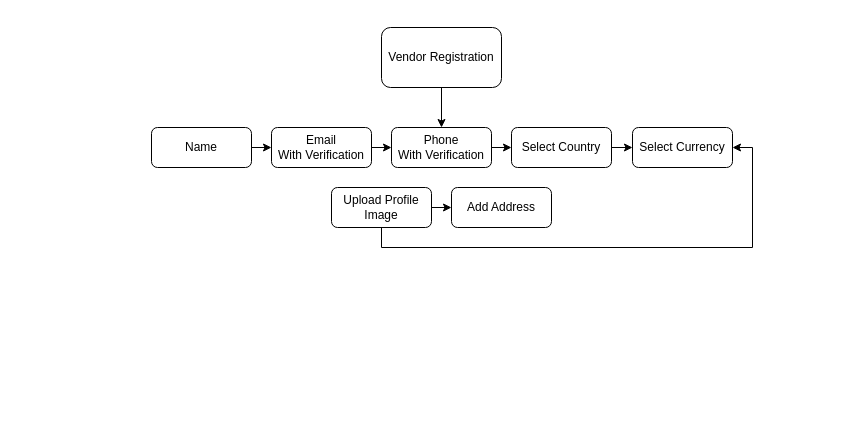
Before: Untitled Diagram.drawio in mohitsth4/test, a draw.io diagram. Source tidied: cells renumbered, new cells numbered last; positions are measured from the earlier drawing's top-left corner, leaving out a move shared by most shapes. Both pictures are drawn from the tidied source at 100%, with x=0, y=0 at pixel (151, 27).
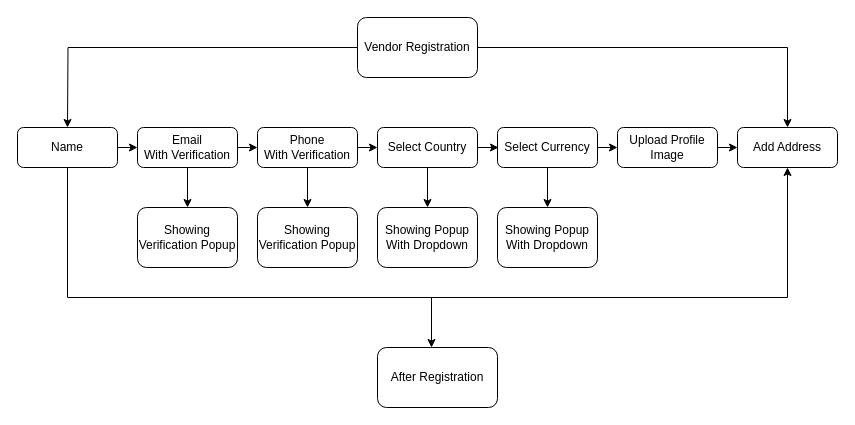
The same page after the edit.

Diff of the diagram source:
```diff
@@
-    <mxCell id="2" style="edgeStyle=orthogonalEdgeStyle;rounded=0;jettySize=auto;html=1;exitX=0.5;exitY=1;exitDx=0;exitDy=0;entryX=0.5;entryY=0;entryDx=0;entryDy=0;" parent="1" edge="1" source="3" target="9">
-      <mxGeometry relative="1" as="geometry" />
-    </mxCell>
+    <mxCell id="17" style="edgeStyle=orthogonalEdgeStyle;rounded=0;jettySize=auto;html=1;entryX=0.5;entryY=0;entryDx=0;entryDy=0;" parent="1" edge="1" source="3" target="16">
+      <mxGeometry relative="1" as="geometry" />
+    </mxCell>
+    <mxCell id="18" style="edgeStyle=orthogonalEdgeStyle;rounded=0;jettySize=auto;html=1;exitX=0;exitY=0.5;exitDx=0;exitDy=0;" parent="1" edge="1" source="3">
+      <mxGeometry relative="1" as="geometry">
+        <mxPoint x="-84" y="100" as="targetPoint" />
+      </mxGeometry>
+    </mxCell>
     <mxCell id="3" value="Vendor Registration" style="rounded=1;whiteSpace=wrap;html=1;" parent="1" vertex="1">
-      <mxGeometry x="230" width="120" height="60" as="geometry" />
+      <mxGeometry x="206" y="-10" width="120" height="60" as="geometry" />
     </mxCell>
@@
+    <mxCell id="19" style="edgeStyle=orthogonalEdgeStyle;rounded=0;jettySize=auto;html=1;exitX=0.5;exitY=1;exitDx=0;exitDy=0;entryX=0.5;entryY=1;entryDx=0;entryDy=0;" parent="1" edge="1" source="5" target="16">
+      <mxGeometry relative="1" as="geometry">
+        <Array as="points">
+          <mxPoint x="-84" y="270" />
+          <mxPoint x="636" y="270" />
+        </Array>
+      </mxGeometry>
+    </mxCell>
     <mxCell id="5" value="Name" style="rounded=1;whiteSpace=wrap;html=1;" parent="1" vertex="1">
-      <mxGeometry y="100" width="100" height="40" as="geometry" />
+      <mxGeometry x="-134" y="100" width="100" height="40" as="geometry" />
     </mxCell>
@@
+    <mxCell id="20" style="edgeStyle=orthogonalEdgeStyle;rounded=0;jettySize=auto;html=1;exitX=0.5;exitY=1;exitDx=0;exitDy=0;entryX=0.5;entryY=0;entryDx=0;entryDy=0;" parent="1" edge="1" source="7" target="25">
+      <mxGeometry relative="1" as="geometry" />
+    </mxCell>
     <mxCell id="7" value="Email&lt;br&gt;With Verification" style="rounded=1;whiteSpace=wrap;html=1;" parent="1" vertex="1">
-      <mxGeometry x="120" y="100" width="100" height="40" as="geometry" />
+      <mxGeometry x="-14" y="100" width="100" height="40" as="geometry" />
     </mxCell>
@@
+    <mxCell id="21" style="edgeStyle=orthogonalEdgeStyle;rounded=0;jettySize=auto;html=1;exitX=0.5;exitY=1;exitDx=0;exitDy=0;entryX=0.5;entryY=0;entryDx=0;entryDy=0;" parent="1" edge="1" source="9" target="26">
+      <mxGeometry relative="1" as="geometry" />
+    </mxCell>
     <mxCell id="9" value="Phone&lt;br&gt;With Verification" style="rounded=1;whiteSpace=wrap;html=1;" parent="1" vertex="1">
-      <mxGeometry x="240" y="100" width="100" height="40" as="geometry" />
+      <mxGeometry x="106" y="100" width="100" height="40" as="geometry" />
     </mxCell>
-    <mxCell id="10" style="edgeStyle=orthogonalEdgeStyle;rounded=0;jettySize=auto;html=1;exitX=1;exitY=0.5;exitDx=0;exitDy=0;entryX=0;entryY=0.5;entryDx=0;entryDy=0;" parent="1" edge="1" source="11" target="12">
-      <mxGeometry relative="1" as="geometry" />
+    <mxCell id="10" style="edgeStyle=orthogonalEdgeStyle;rounded=0;jettySize=auto;html=1;exitX=1;exitY=0.5;exitDx=0;exitDy=0;entryX=0;entryY=0.5;entryDx=0;entryDy=0;" parent="1" edge="1" source="11">
+      <mxGeometry relative="1" as="geometry">
+        <mxPoint x="347" y="120" as="targetPoint" />
+      </mxGeometry>
     </mxCell>
+    <mxCell id="22" style="edgeStyle=orthogonalEdgeStyle;rounded=0;jettySize=auto;html=1;exitX=0.5;exitY=1;exitDx=0;exitDy=0;entryX=0.5;entryY=0;entryDx=0;entryDy=0;" parent="1" edge="1" source="11" target="27">
+      <mxGeometry relative="1" as="geometry" />
+    </mxCell>
     <mxCell id="11" value="Select Country" style="rounded=1;whiteSpace=wrap;html=1;" parent="1" vertex="1">
-      <mxGeometry x="360" y="100" width="100" height="40" as="geometry" />
+      <mxGeometry x="226" y="100" width="100" height="40" as="geometry" />
     </mxCell>
+    <mxCell id="23" style="edgeStyle=orthogonalEdgeStyle;rounded=0;jettySize=auto;html=1;exitX=1;exitY=0.5;exitDx=0;exitDy=0;entryX=0;entryY=0.5;entryDx=0;entryDy=0;" parent="1" edge="1" source="12" target="15">
+      <mxGeometry relative="1" as="geometry" />
+    </mxCell>
+    <mxCell id="24" style="edgeStyle=orthogonalEdgeStyle;rounded=0;jettySize=auto;html=1;exitX=0.5;exitY=1;exitDx=0;exitDy=0;entryX=0.5;entryY=0;entryDx=0;entryDy=0;" parent="1" edge="1" source="12" target="28">
+      <mxGeometry relative="1" as="geometry" />
+    </mxCell>
     <mxCell id="12" value="Select Currency" style="rounded=1;whiteSpace=wrap;html=1;" parent="1" vertex="1">
-      <mxGeometry x="481" y="100" width="100" height="40" as="geometry" />
+      <mxGeometry x="346" y="100" width="100" height="40" as="geometry" />
     </mxCell>
-    <mxCell id="13" style="edgeStyle=orthogonalEdgeStyle;rounded=0;jettySize=auto;html=1;exitX=0.5;exitY=1;exitDx=0;exitDy=0;entryX=1;entryY=0.5;entryDx=0;entryDy=0;" parent="1" edge="1" source="15" target="12">
-      <mxGeometry relative="1" as="geometry" />
-    </mxCell>
@@
     <mxCell id="15" value="Upload Profile Image" style="rounded=1;whiteSpace=wrap;html=1;" parent="1" vertex="1">
-      <mxGeometry x="180" y="160" width="100" height="40" as="geometry" />
+      <mxGeometry x="466" y="100" width="100" height="40" as="geometry" />
     </mxCell>
     <mxCell id="16" value="Add Address" style="rounded=1;whiteSpace=wrap;html=1;" parent="1" vertex="1">
-      <mxGeometry x="300" y="160" width="100" height="40" as="geometry" />
+      <mxGeometry x="586" y="100" width="100" height="40" as="geometry" />
     </mxCell>
+    <mxCell id="25" value="Showing Verification Popup" style="rounded=1;whiteSpace=wrap;html=1;" parent="1" vertex="1">
+      <mxGeometry x="-14" y="180" width="100" height="60" as="geometry" />
+    </mxCell>
+    <mxCell id="26" value="Showing Verification Popup" style="rounded=1;whiteSpace=wrap;html=1;" parent="1" vertex="1">
+      <mxGeometry x="106" y="180" width="100" height="60" as="geometry" />
+    </mxCell>
+    <mxCell id="27" value="Showing Popup With Dropdown" style="rounded=1;whiteSpace=wrap;html=1;" parent="1" vertex="1">
+      <mxGeometry x="226" y="180" width="100" height="60" as="geometry" />
+    </mxCell>
+    <mxCell id="28" value="Showing Popup With Dropdown" style="rounded=1;whiteSpace=wrap;html=1;" parent="1" vertex="1">
+      <mxGeometry x="346" y="180" width="100" height="60" as="geometry" />
+    </mxCell>
+    <mxCell id="29" style="endArrow=classic;html=1;rounded=0;" parent="1" edge="1">
+      <mxGeometry relative="1" as="geometry">
+        <mxPoint x="280" y="270" as="sourcePoint" />
+        <mxPoint x="280" y="320" as="targetPoint" />
+      </mxGeometry>
+    </mxCell>
+    <mxCell id="30" value="After Registration" style="rounded=1;whiteSpace=wrap;html=1;" parent="1" vertex="1">
+      <mxGeometry x="226" y="320" width="120" height="60" as="geometry" />
+    </mxCell>
```
